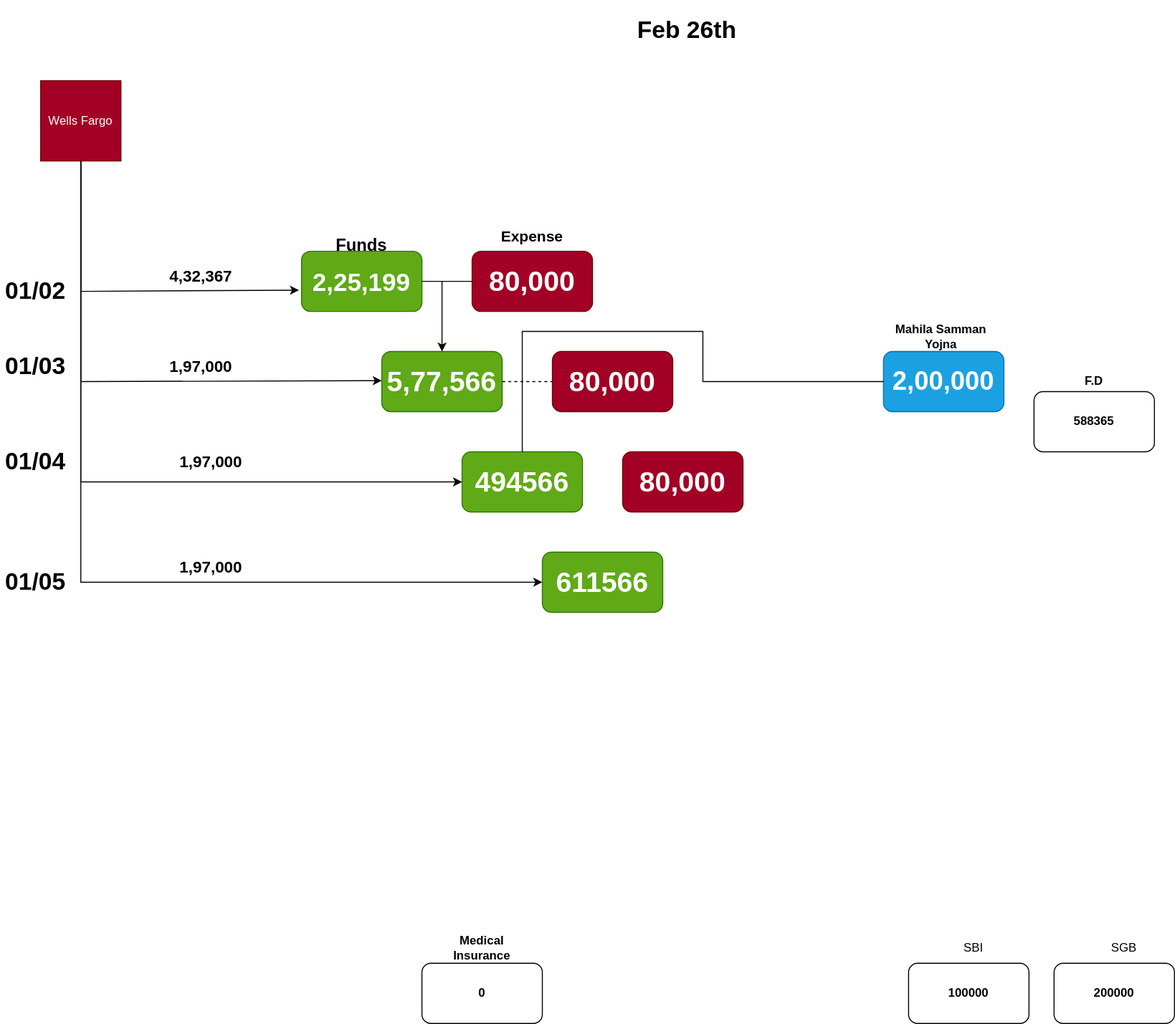
This is Investments.drawio.svg from uchiharizvi/design-diagrams, a draw.io export, as it was before one commit. Source tidied: cells renumbered, new cells last; positions are measured from the earlier drawing's top-left corner, leaving out a move shared by most shapes.
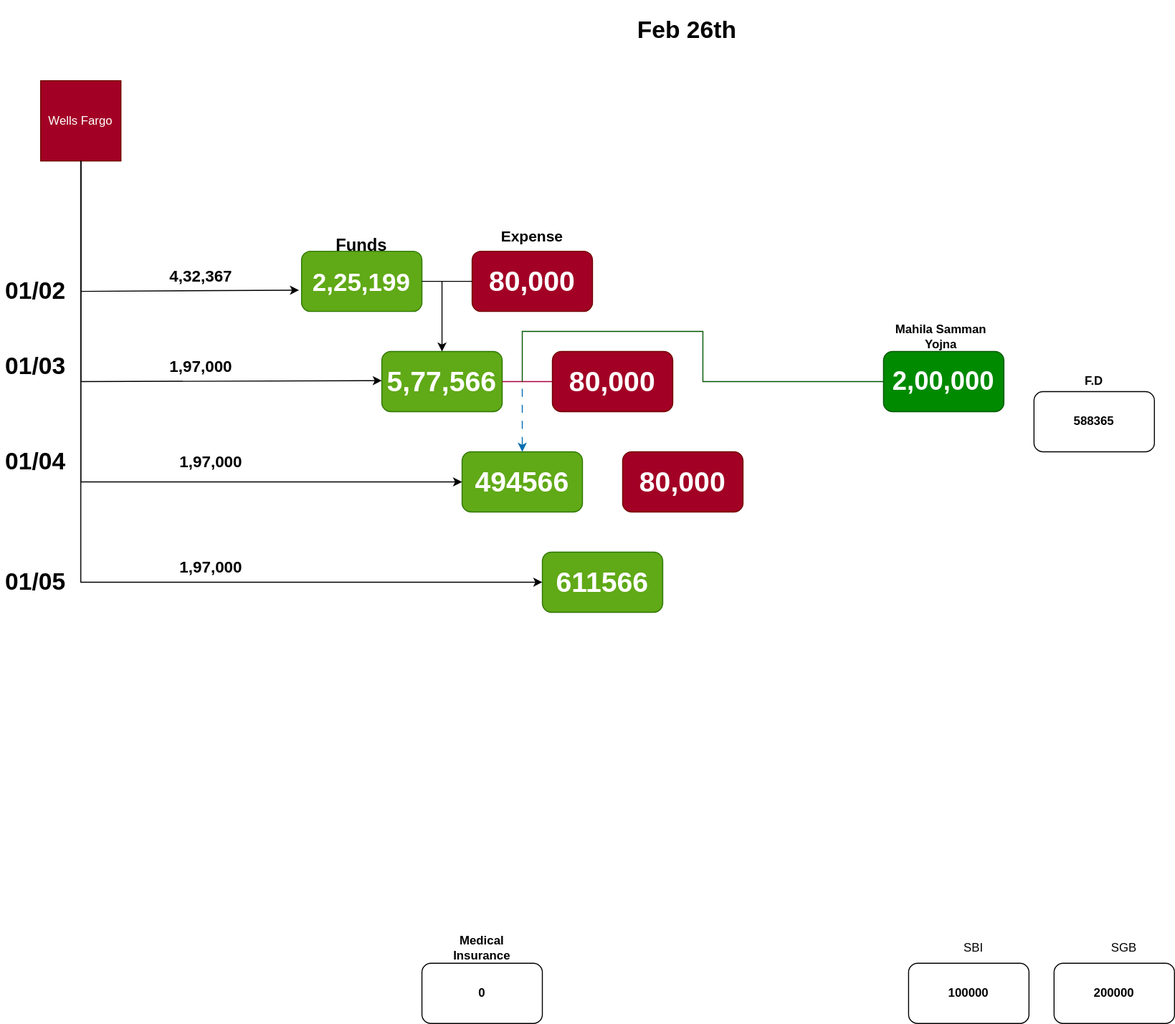
After the commit.

What changed in the source:
```diff
@@ -23,7 +23,7 @@
     <mxCell id="8" value="&lt;b&gt;&lt;font style=&quot;font-size: 15px;&quot;&gt;Expense&lt;/font&gt;&lt;/b&gt;" style="text;html=1;align=center;verticalAlign=middle;whiteSpace=wrap;rounded=0;" parent="1" vertex="1">
       <mxGeometry x="500" y="210" width="60" height="30" as="geometry" />
     </mxCell>
-    <mxCell id="9" value="&lt;font style=&quot;font-size: 26px;&quot;&gt;2,00,000&lt;/font&gt;" style="rounded=1;whiteSpace=wrap;html=1;fontStyle=1;fillColor=#1ba1e2;fontColor=#ffffff;strokeColor=#006EAF;" parent="1" vertex="1">
+    <mxCell id="9" value="&lt;font style=&quot;font-size: 26px;&quot;&gt;2,00,000&lt;/font&gt;" style="rounded=1;whiteSpace=wrap;html=1;fontStyle=1;fillColor=#008a00;fontColor=#ffffff;strokeColor=#005700;" parent="1" vertex="1">
       <mxGeometry x="880" y="340" width="120" height="60" as="geometry" />
     </mxCell>
     <mxCell id="10" value="&lt;b&gt;Mahila Samman Yojna&lt;/b&gt;" style="text;html=1;align=center;verticalAlign=middle;whiteSpace=wrap;rounded=0;" parent="1" vertex="1">
@@ -102,10 +102,10 @@
     <mxCell id="31" value="&lt;h1&gt;01/05&lt;/h1&gt;" style="text;html=1;spacing=5;spacingTop=-20;whiteSpace=wrap;overflow=hidden;rounded=0;" parent="1" vertex="1">
       <mxGeometry y="550" width="110" height="40" as="geometry" />
     </mxCell>
-    <mxCell id="32" style="endArrow=none;dashed=1;html=1;rounded=0;exitX=1;exitY=0.5;exitDx=0;exitDy=0;entryX=0;entryY=0.5;entryDx=0;entryDy=0;" parent="1" edge="1" source="20" target="24">
+    <mxCell id="32" style="endArrow=none;html=1;rounded=0;exitX=1;exitY=0.5;exitDx=0;exitDy=0;entryX=0;entryY=0.5;entryDx=0;entryDy=0;fillColor=#d80073;strokeColor=#A50040;" parent="1" edge="1" source="20" target="24">
       <mxGeometry relative="1" as="geometry" />
     </mxCell>
-    <mxCell id="33" style="endArrow=none;html=1;rounded=0;entryX=0;entryY=0.5;entryDx=0;entryDy=0;" parent="1" edge="1" target="9">
+    <mxCell id="33" style="endArrow=none;html=1;rounded=0;entryX=0;entryY=0.5;entryDx=0;entryDy=0;endFill=0;fillColor=#008a00;strokeColor=#005700;" parent="1" edge="1" target="9">
       <mxGeometry relative="1" as="geometry">
         <mxPoint x="520" y="370" as="sourcePoint" />
         <Array as="points">
@@ -116,7 +116,7 @@
         </Array>
       </mxGeometry>
     </mxCell>
-    <mxCell id="34" style="endArrow=none;html=1;rounded=0;exitX=0.5;exitY=0;exitDx=0;exitDy=0;" parent="1" edge="1" source="25">
+    <mxCell id="34" style="endArrow=none;html=1;rounded=0;exitX=0.5;exitY=0;exitDx=0;exitDy=0;startArrow=classic;startFill=1;flowAnimation=1;fillColor=#1ba1e2;strokeColor=#006EAF;" parent="1" edge="1" source="25">
       <mxGeometry relative="1" as="geometry">
         <mxPoint x="520" y="370" as="targetPoint" />
       </mxGeometry>
```
